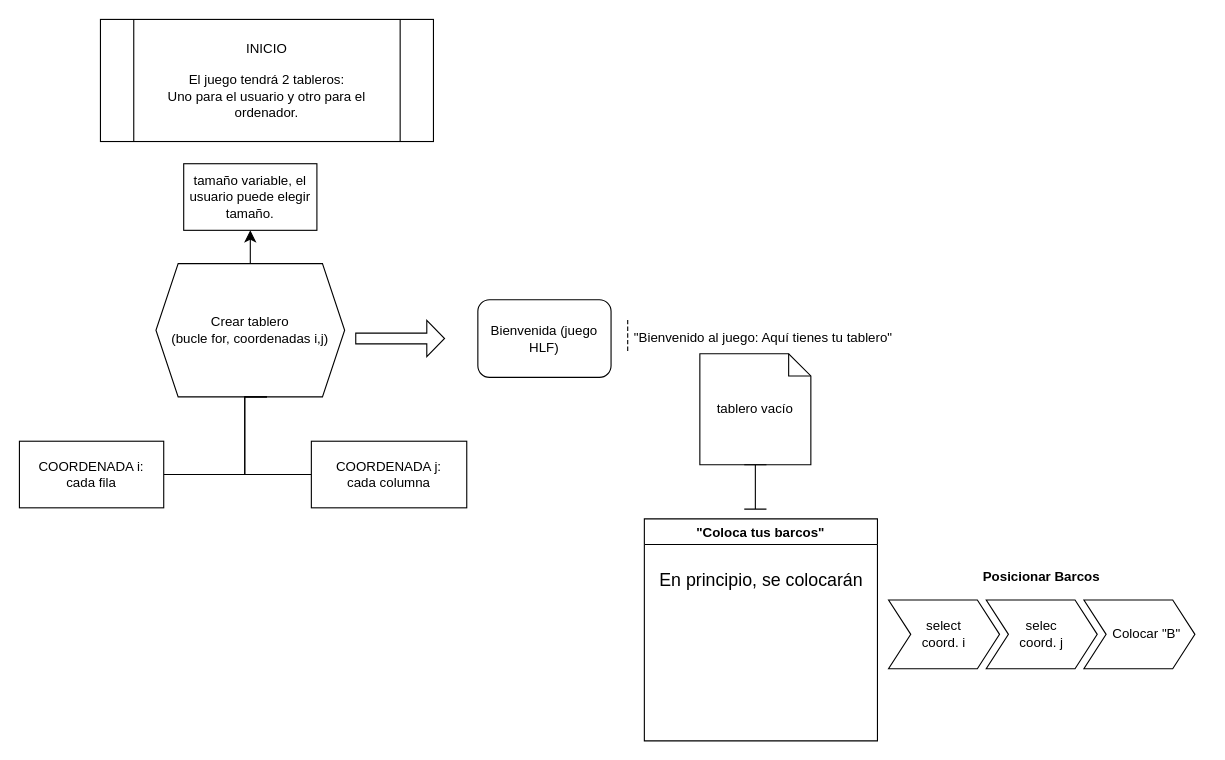
Earlier version of the draw.io diagram diagrama de flujo.drawio (NagoreZuri/Hundir-La-Flota). Source tidied: cells renumbered, new cells numbered last; positions are measured from the earlier drawing's top-left corner, leaving out a move shared by most shapes. Both pictures are drawn from the tidied source at 111%, with x=0, y=0 at pixel (19, 19).
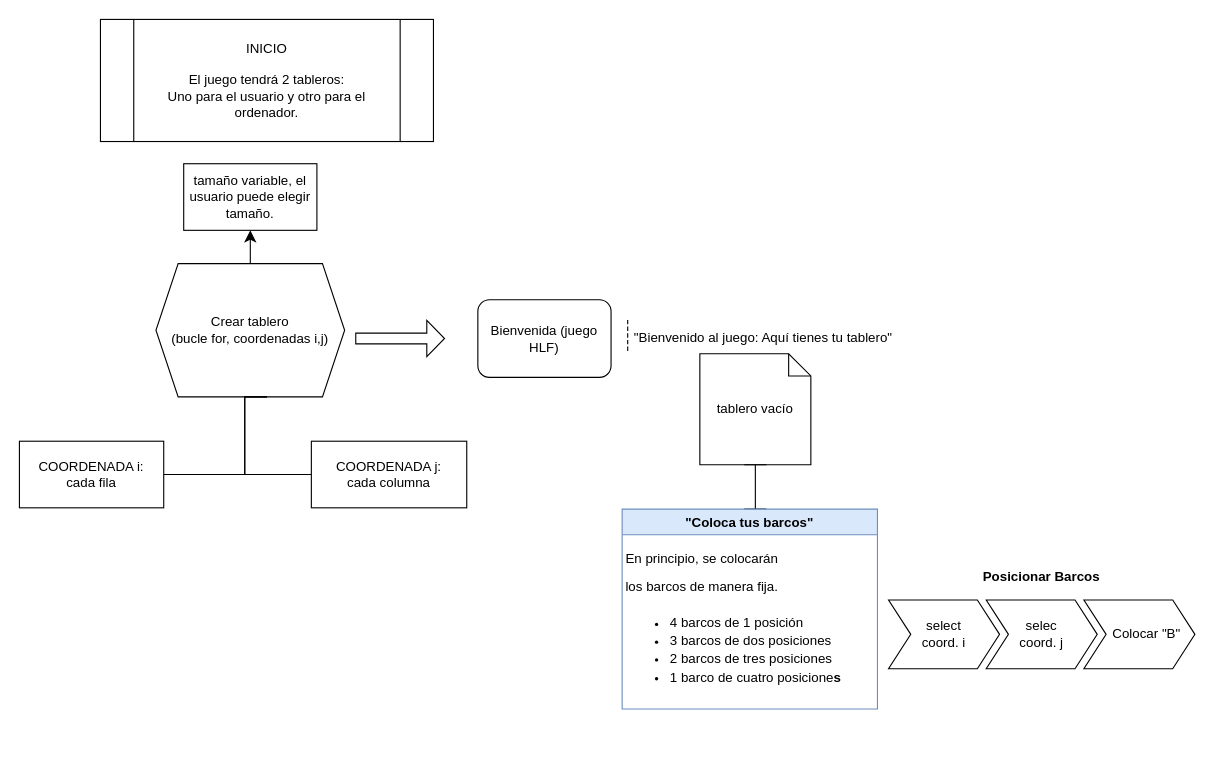
The same page after the edit.

What changed in the source:
```diff
@@
-    <mxCell id="20" value="&quot;Coloca tus barcos&quot;" style="swimlane;" parent="1" vertex="1">
-      <mxGeometry x="563" y="450" width="210" height="200" as="geometry" />
+    <mxCell id="20" value="&quot;Coloca tus barcos&quot;" style="swimlane;fillColor=#dae8fc;strokeColor=#6c8ebf;" parent="1" vertex="1">
+      <mxGeometry x="543" y="441.2" width="230" height="180" as="geometry" />
     </mxCell>
-    <mxCell id="21" value="En principio, se colocarán&lt;div&gt;&lt;br&gt;&lt;/div&gt;" style="text;html=1;align=center;verticalAlign=middle;strokeColor=none;fillColor=none;fontSize=16;" parent="20" vertex="1">
-      <mxGeometry y="40" width="210" height="50" as="geometry" />
+    <mxCell id="21" value="&lt;div style=&quot;line-height: 0%;&quot;&gt;&lt;h6 style=&quot;text-align: left;&quot;&gt;&lt;font style=&quot;font-size: 12px; font-weight: normal;&quot;&gt;En principio, se colocarán&lt;/font&gt;&lt;/h6&gt;&lt;h6 style=&quot;text-align: left;&quot;&gt;&lt;span style=&quot;background-color: transparent; color: light-dark(rgb(0, 0, 0), rgb(255, 255, 255)); font-weight: normal;&quot;&gt;&lt;font style=&quot;font-size: 12px;&quot;&gt;los barcos de manera fija.&amp;nbsp;&lt;/font&gt;&lt;/span&gt;&lt;/h6&gt;&lt;h6 style=&quot;line-height: 150%;&quot;&gt;&lt;ul&gt;&lt;li style=&quot;text-align: left;&quot;&gt;&lt;span style=&quot;background-color: transparent; color: light-dark(rgb(0, 0, 0), rgb(255, 255, 255)); font-weight: normal;&quot;&gt;&lt;font style=&quot;font-size: 12px;&quot;&gt;4 barcos de 1 posición&lt;/font&gt;&lt;/span&gt;&lt;/li&gt;&lt;li style=&quot;text-align: left;&quot;&gt;&lt;font style=&quot;font-size: 12px; font-weight: normal;&quot;&gt;3 barcos de dos posiciones&lt;/font&gt;&lt;/li&gt;&lt;li style=&quot;text-align: left;&quot;&gt;&lt;font style=&quot;font-size: 12px; font-weight: normal;&quot;&gt;2 barcos de tres posiciones&amp;nbsp;&lt;/font&gt;&lt;/li&gt;&lt;li style=&quot;text-align: left;&quot;&gt;&lt;font style=&quot;font-size: 12px;&quot;&gt;&lt;span style=&quot;font-weight: normal;&quot;&gt;1 barco de cuatro posicione&lt;/span&gt;s&lt;/font&gt;&lt;/li&gt;&lt;/ul&gt;&lt;/h6&gt;&lt;div&gt;&lt;/div&gt;&lt;/div&gt;" style="text;html=1;align=center;verticalAlign=middle;strokeColor=none;fillColor=none;fontSize=16;" parent="1" vertex="1">
+      <mxGeometry x="533" y="452.5" width="220" height="180" as="geometry" />
     </mxCell>
```
